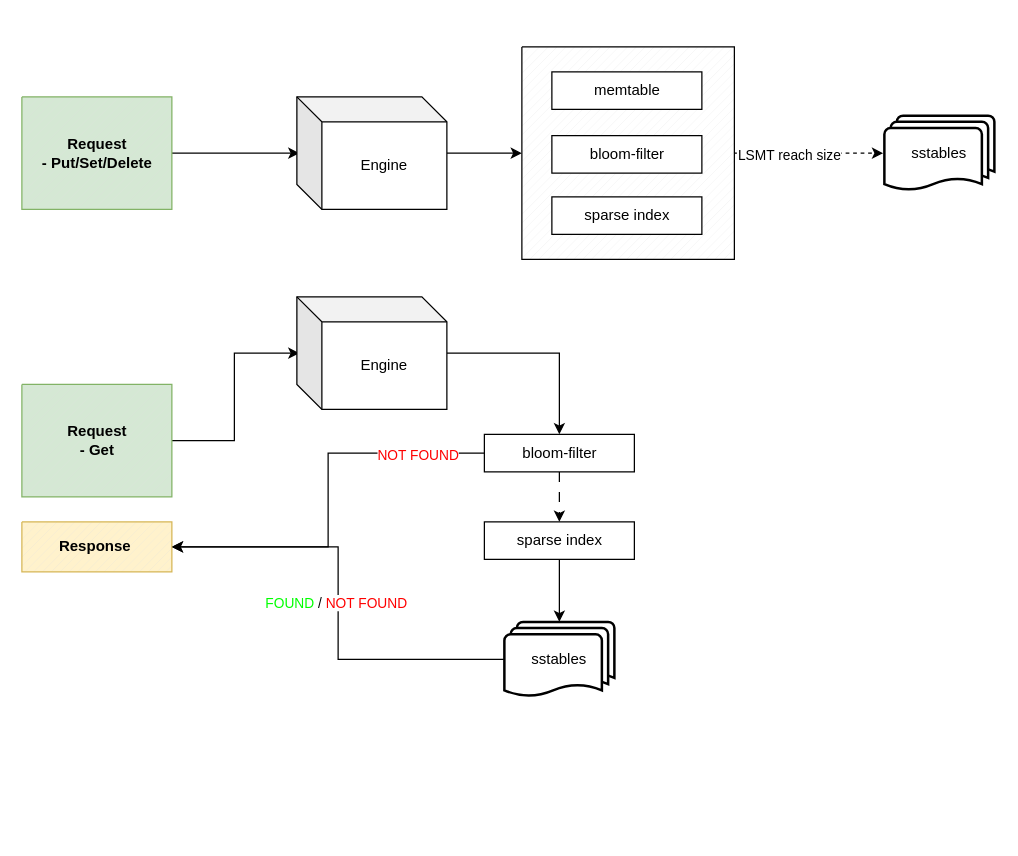
The draw.io diagram basic.drawio in jakub-galecki/godb, before the edit. Source tidied: cells renumbered, new cells numbered last; positions are measured from the earlier drawing's top-left corner, leaving out a move shared by most shapes. Both pictures are drawn from the tidied source at 125%, with x=0, y=0 at pixel (21, 46).
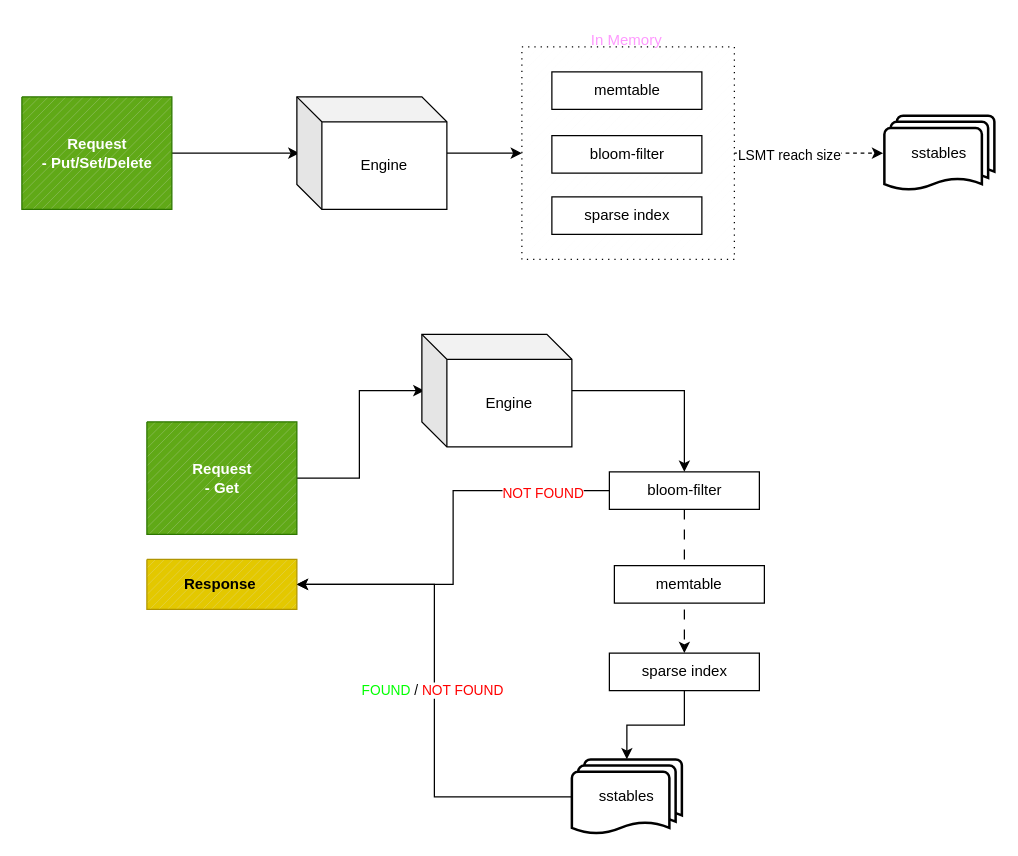
Above is the later version.

What changed in the source:
```diff
@@
-    <mxCell id="3" value="&lt;b&gt;Request&lt;br&gt;&amp;nbsp;- Put/Set/Delete&amp;nbsp;&lt;br&gt;&lt;/b&gt;" style="verticalLabelPosition=middle;verticalAlign=middle;html=1;shape=mxgraph.basic.patternFillRect;fillStyle=diag;step=5;fillStrokeWidth=0.2;fillStrokeColor=#dddddd;labelPosition=center;align=center;fillColor=#d5e8d4;strokeColor=#82b366;" parent="1" vertex="1">
+    <mxCell id="3" value="&lt;b&gt;Request&lt;br&gt;&amp;nbsp;- Put/Set/Delete&amp;nbsp;&lt;br&gt;&lt;/b&gt;" style="verticalLabelPosition=middle;verticalAlign=middle;html=1;shape=mxgraph.basic.patternFillRect;fillStyle=diag;step=5;fillStrokeWidth=0.2;fillStrokeColor=#dddddd;labelPosition=center;align=center;fillColor=#60a917;strokeColor=#2D7600;fontColor=#ffffff;" parent="1" vertex="1">
       <mxGeometry y="40" width="120" height="90" as="geometry" />
     </mxCell>
@@
-    <mxCell id="8" style="verticalLabelPosition=bottom;verticalAlign=top;html=1;shape=mxgraph.basic.patternFillRect;fillStyle=diag;step=5;fillStrokeWidth=0.2;fillStrokeColor=#dddddd;" parent="1" vertex="1">
+    <mxCell id="8" style="verticalLabelPosition=bottom;verticalAlign=top;html=1;shape=mxgraph.basic.patternFillRect;fillStyle=diag;step=5;fillStrokeWidth=0.2;fillStrokeColor=#dddddd;fillColor=default;gradientColor=none;dashed=1;dashPattern=1 4;fontColor=#FF99FF;labelBorderColor=#FF99FF;" parent="1" vertex="1">
       <mxGeometry x="400" width="170" height="170" as="geometry" />
     </mxCell>
@@
-    <mxCell id="14" value="&lt;b&gt;Request&lt;br&gt;&amp;nbsp;- Get&amp;nbsp;&lt;br&gt;&lt;/b&gt;" style="verticalLabelPosition=middle;verticalAlign=middle;html=1;shape=mxgraph.basic.patternFillRect;fillStyle=diag;step=5;fillStrokeWidth=0.2;fillStrokeColor=#dddddd;labelPosition=center;align=center;fillColor=#d5e8d4;strokeColor=#82b366;" parent="1" vertex="1">
-      <mxGeometry y="270" width="120" height="90" as="geometry" />
+    <mxCell id="14" value="&lt;b&gt;Request&lt;br&gt;&amp;nbsp;- Get&amp;nbsp;&lt;br&gt;&lt;/b&gt;" style="verticalLabelPosition=middle;verticalAlign=middle;html=1;shape=mxgraph.basic.patternFillRect;fillStyle=diag;step=5;fillStrokeWidth=0.2;fillStrokeColor=#dddddd;labelPosition=center;align=center;fillColor=#60a917;strokeColor=#2D7600;fontColor=#ffffff;" parent="1" vertex="1">
+      <mxGeometry x="100" y="300" width="120" height="90" as="geometry" />
     </mxCell>
@@
     <mxCell id="16" value="Engine" style="shape=cube;whiteSpace=wrap;html=1;boundedLbl=1;backgroundOutline=1;darkOpacity=0.05;darkOpacity2=0.1;" parent="1" vertex="1">
-      <mxGeometry x="220" y="200" width="120" height="90" as="geometry" />
+      <mxGeometry x="320" y="230" width="120" height="90" as="geometry" />
     </mxCell>
@@
     <mxCell id="20" value="bloom-filter" style="verticalLabelPosition=middle;verticalAlign=middle;html=1;shape=mxgraph.basic.rect;fillColor2=none;strokeWidth=1;size=14.5;indent=5;labelPosition=center;align=center;" parent="1" vertex="1">
-      <mxGeometry x="370" y="310" width="120" height="30" as="geometry" />
+      <mxGeometry x="470" y="340" width="120" height="30" as="geometry" />
     </mxCell>
-    <mxCell id="21" value="&lt;b&gt;Response&amp;nbsp;&lt;br&gt;&lt;/b&gt;" style="verticalLabelPosition=middle;verticalAlign=middle;html=1;shape=mxgraph.basic.patternFillRect;fillStyle=diag;step=5;fillStrokeWidth=0.2;fillStrokeColor=#dddddd;labelPosition=center;align=center;fillColor=#fff2cc;strokeColor=#d6b656;" parent="1" vertex="1">
-      <mxGeometry y="380" width="120" height="40" as="geometry" />
+    <mxCell id="21" value="&lt;b&gt;Response&amp;nbsp;&lt;br&gt;&lt;/b&gt;" style="verticalLabelPosition=middle;verticalAlign=middle;html=1;shape=mxgraph.basic.patternFillRect;fillStyle=diag;step=5;fillStrokeWidth=0.2;fillStrokeColor=#dddddd;labelPosition=center;align=center;fillColor=#e3c800;strokeColor=#B09500;fontColor=#000000;" parent="1" vertex="1">
+      <mxGeometry x="100" y="410" width="120" height="40" as="geometry" />
     </mxCell>
@@
     <mxCell id="23" value="sparse index" style="verticalLabelPosition=middle;verticalAlign=middle;html=1;shape=mxgraph.basic.rect;fillColor2=none;strokeWidth=1;size=14.5;indent=5;labelPosition=center;align=center;" parent="1" vertex="1">
-      <mxGeometry x="370" y="380" width="120" height="30" as="geometry" />
+      <mxGeometry x="470" y="485" width="120" height="30" as="geometry" />
     </mxCell>
@@
     <mxCell id="25" value="sstables" style="strokeWidth=2;html=1;shape=mxgraph.flowchart.multi-document;whiteSpace=wrap;" parent="1" vertex="1">
-      <mxGeometry x="386" y="460" width="88" height="60" as="geometry" />
+      <mxGeometry x="440" y="570" width="88" height="60" as="geometry" />
     </mxCell>
+    <mxCell id="26" value="memtable" style="rounded=0;whiteSpace=wrap;html=1;" parent="1" vertex="1">
+      <mxGeometry x="474" y="415" width="120" height="30" as="geometry" />
+    </mxCell>
+    <mxCell id="27" value="In Memory" style="text;html=1;align=center;verticalAlign=middle;whiteSpace=wrap;rounded=0;dashed=1;dashPattern=1 4;fontColor=#FF99FF;" parent="1" vertex="1">
+      <mxGeometry x="454" y="-20" width="60" height="30" as="geometry" />
+    </mxCell>
```
